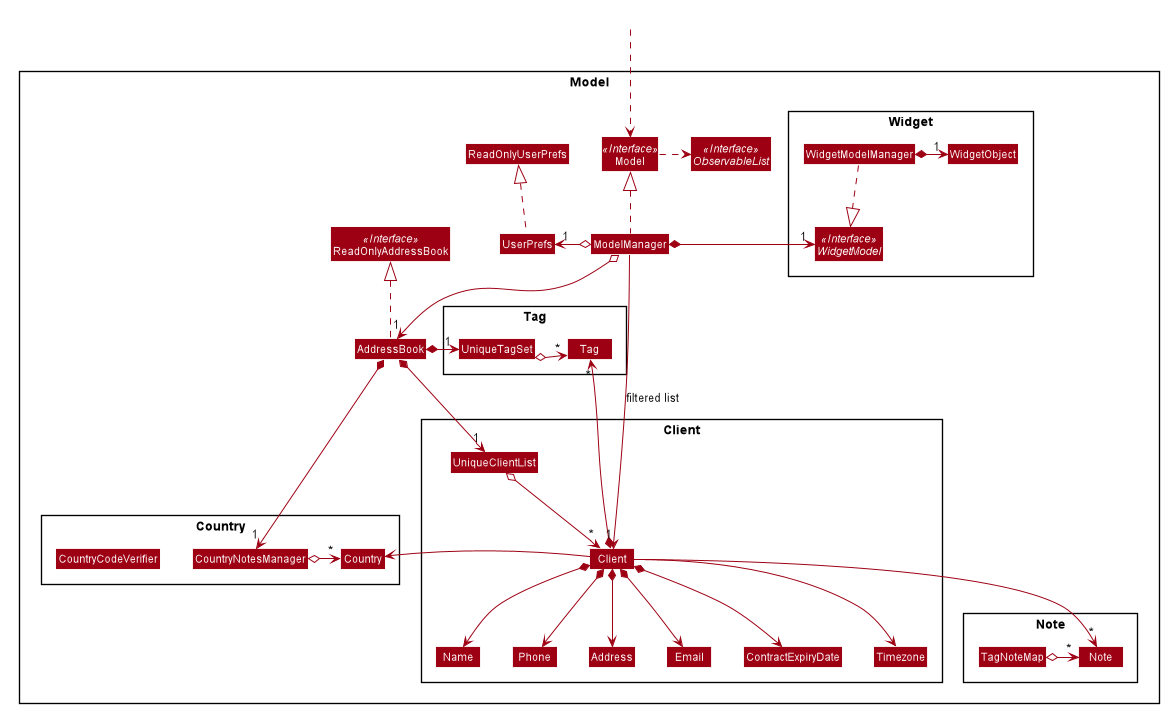
Before: docs/images/ModelClassDiagram.png, a diagram exported from PlantUML (tankangliang/tp). The source it was exported from:
```plantuml
@startuml








skinparam BackgroundColor #FFFFFFF

skinparam Shadowing false

skinparam Class {
    FontColor #FFFFFF
    BorderThickness 1
    BorderColor #FFFFFF
    StereotypeFontColor #FFFFFF
    FontName Arial
}

skinparam Actor {
    BorderColor #000000
    Color #000000
    FontName Arial
}

skinparam Sequence {
    MessageAlign center
    BoxFontSize 15
    BoxPadding 0
    BoxFontColor #FFFFFF
    FontName Arial
}

skinparam Participant {
    FontColor #FFFFFFF
    Padding 20
}

skinparam MinClassWidth 50
skinparam ParticipantPadding 10
skinparam Shadowing false
skinparam DefaultTextAlignment center
skinparam packageStyle Rectangle

hide footbox
hide members
hide circle
skinparam arrowThickness 1.1
skinparam arrowColor #9D0012
skinparam classBackgroundColor #9D0012

Package Model <<Rectangle>>{
Interface ReadOnlyAddressBook <<Interface>>
Interface Model <<Interface>>
Interface ObservableList <<Interface>>
Class AddressBook
Class ReadOnlyAddressBook
Class Model
Class ModelManager
Class UserPrefs
Class ReadOnlyUserPrefs

Package Widget {
Interface WidgetModel <<Interface>>
Class WidgetModelManager
Class WidgetObject
}

Package Client {
Class Client
Class Address
Class Email
Class Name
Class Phone
Class UniqueClientList
Class ContractExpiryDate
Class Timezone
}

Package Note {
Class Note
Class TagNoteMap
}

Package Tag {
Class Tag
Class UniqueTagSet
}

Package Note {
Class Note
Class TagNoteMap
}

Package Country {
Class Country
Class CountryNotesManager
Class CountryCodeVerifier
}
}


Class HiddenOutside #FFFFFF
HiddenOutside ..> Model

AddressBook .up.|> ReadOnlyAddressBook

ModelManager .up.|> Model
Model .right.> ObservableList
ModelManager o--> "1" AddressBook
ModelManager o-left-> "1" UserPrefs
ModelManager *-right->"1" WidgetModel
AddressBook *-right->"1" UniqueTagSet
AddressBook *-right-> "1" CountryNotesManager


UserPrefs .up.|> ReadOnlyUserPrefs

AddressBook *--> "1" UniqueClientList
UniqueClientList o--> "*" Client
Client *--> Name
Client *--> Phone
Client *--> Email
Client *--> Address
Client *--> ContractExpiryDate
Client *-up-> "*" Tag
Client -right-> Country
Client --> Timezone
Client -->"*" Note


WidgetModelManager ..|> WidgetModel
WidgetModelManager *-right->"1" WidgetObject

CountryNotesManager o-right-> "*" Country
UniqueTagSet o-right-> "*" Tag
TagNoteMap o-right-> "*" Note

Name -[hidden]right-> Phone
Phone -[hidden]right-> Address
Address -[hidden]right-> Email
UniqueTagSet -[hidden]right-> Tag

ModelManager -->"1" Client : filtered list
@enduml
```
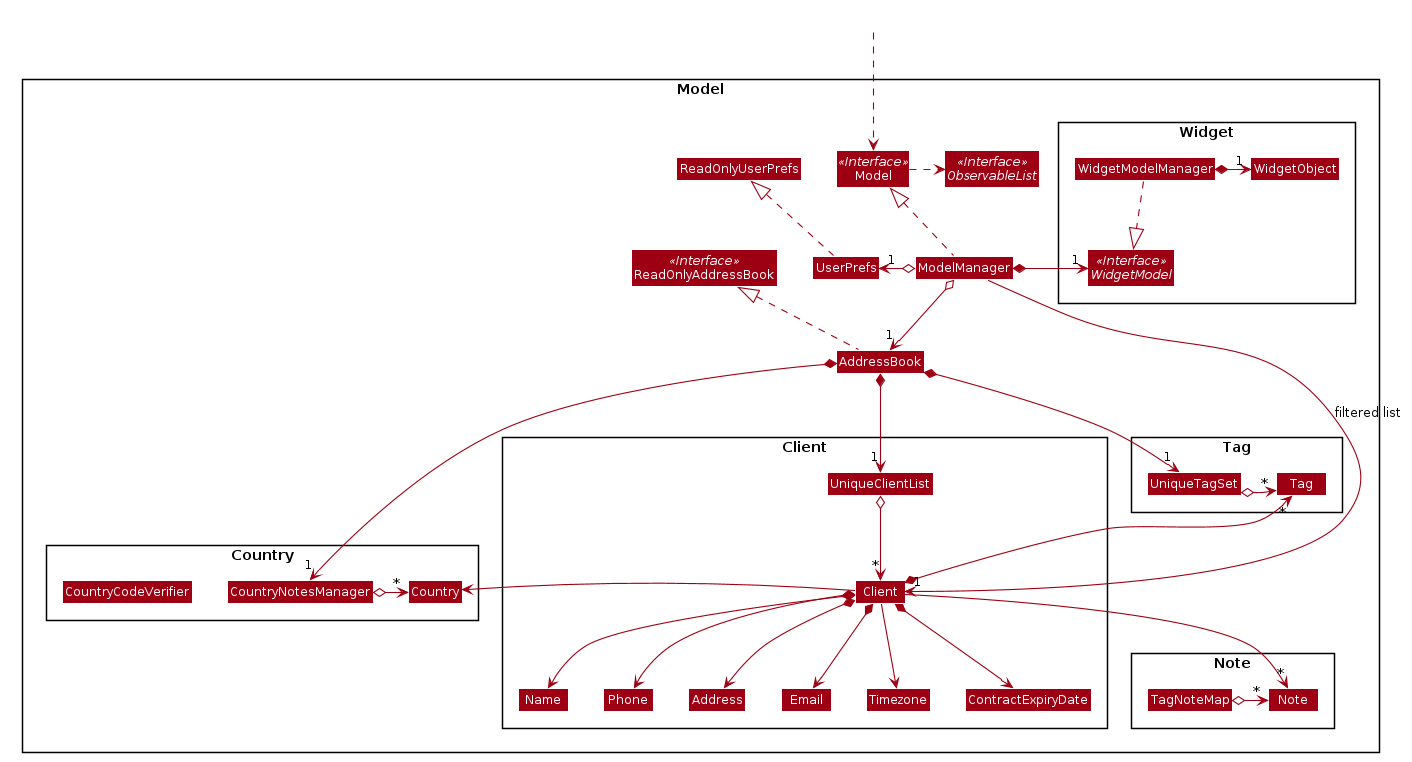
The same diagram one commit later.

Commit message:
Generate PNG images for PlantUML diagrams

What changed in the source:
```diff
@@ -74,6 +74,7 @@
 Class Email
 Class Name
 Class Phone
+Class Timezone
 Class UniqueClientList
 Class ContractExpiryDate
 Class Timezone
@@ -82,6 +83,10 @@
 Package Note {
 Class Note
 Class TagNoteMap
+}
+
+Package Country {
+Class Country
 }
 
 Package Tag {
```
